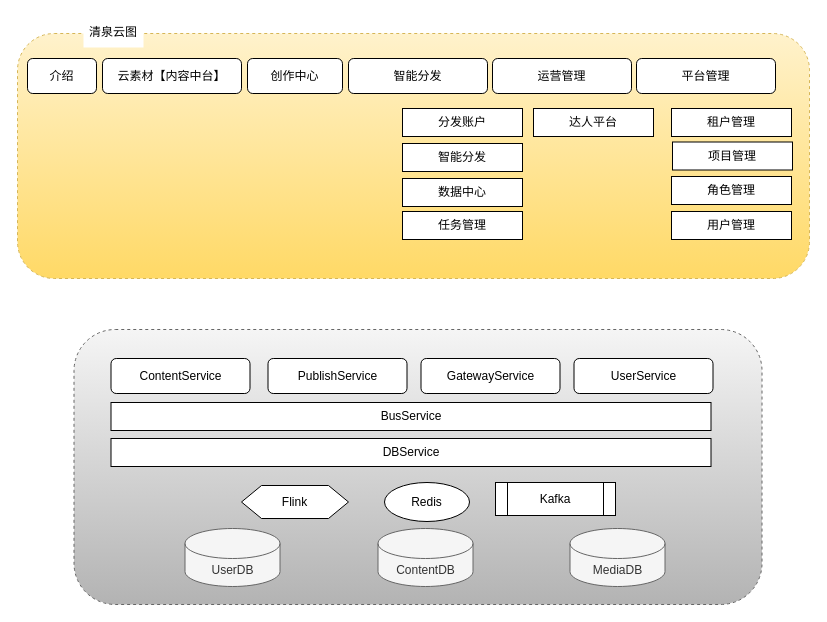
Before: page "智能分发平台" (2 of 2) of ZTE.drawio in tnndworlds/draw.io, a draw.io diagram. Source tidied: cells renumbered, new cells numbered last; positions are measured from the earlier drawing's top-left corner, leaving out a move shared by most shapes. Both pictures are drawn from the tidied source at 100%, with x=0, y=0 at pixel (17, 17).
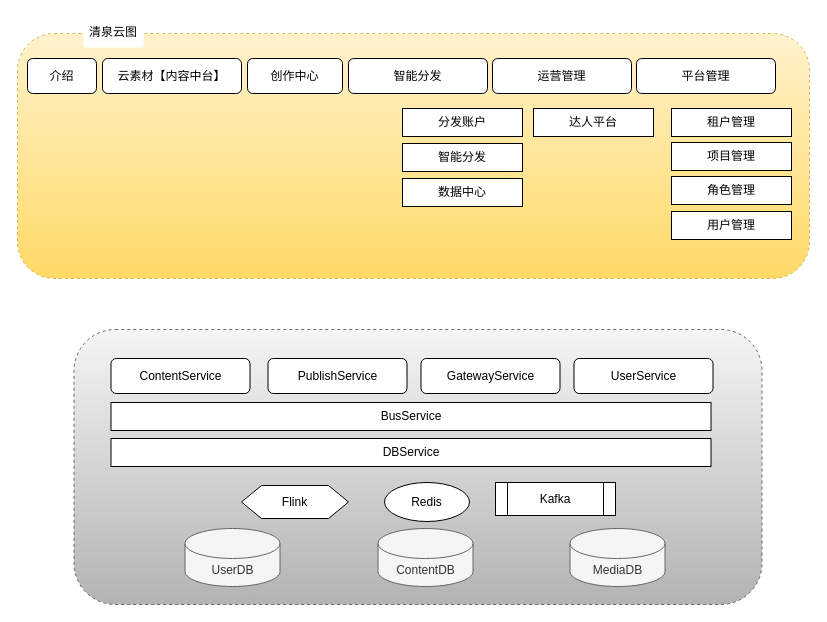
Above is the later version.

Diff of the diagram source:
```diff
@@
-    <mxCell id="9" value="任务管理" style="rounded=0;whiteSpace=wrap;html=1;" parent="1" vertex="1">
-      <mxGeometry x="385" y="194" width="120" height="28" as="geometry" />
-    </mxCell>
@@
     <mxCell id="31" value="项目管理" style="rounded=0;whiteSpace=wrap;html=1;" parent="1" vertex="1">
-      <mxGeometry x="655" y="124.5" width="120" height="28" as="geometry" />
+      <mxGeometry x="654" y="125" width="120" height="28" as="geometry" />
     </mxCell>
```
